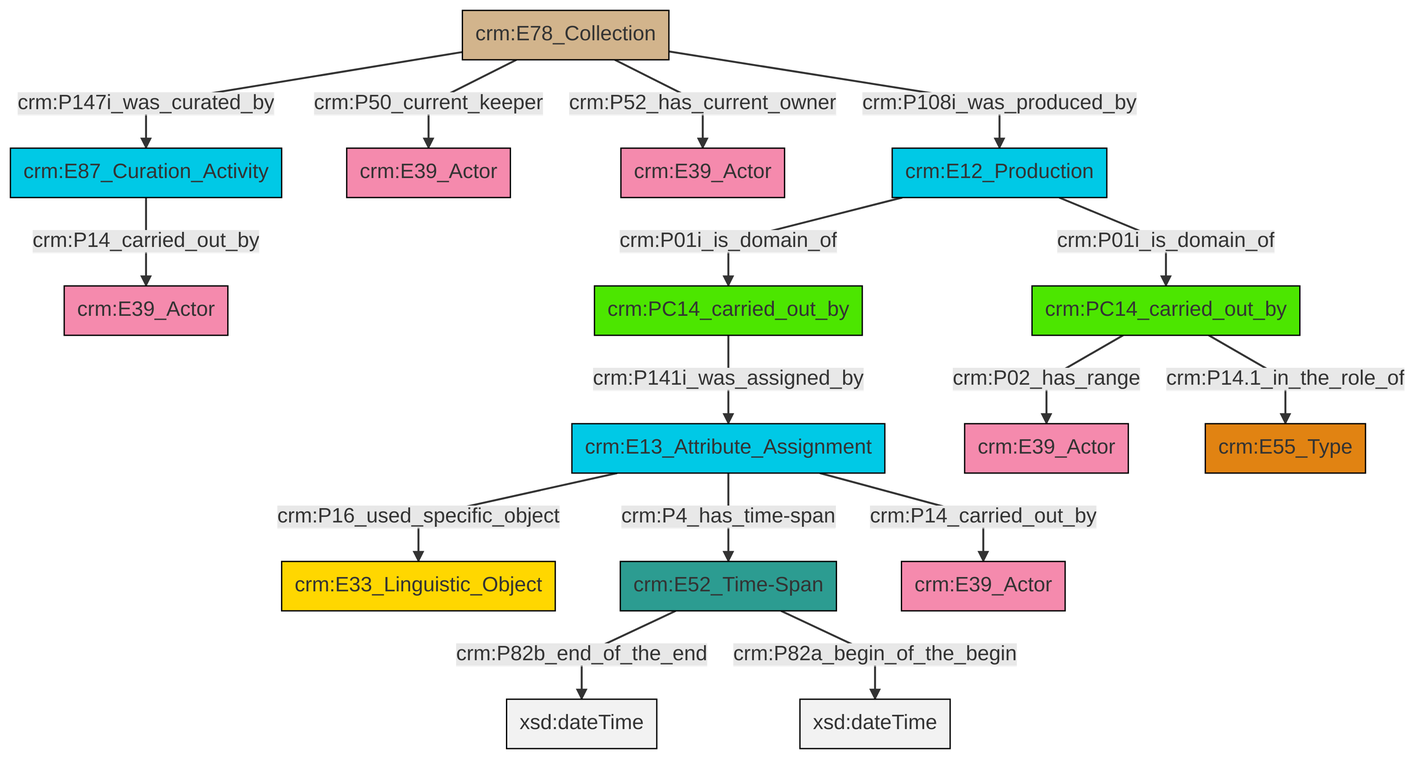
swiss-art-research-net/docs.swissartresearch keeps this Mermaid diagram as et/archivalCSV/ttl/mmd/png/archival_relation.png. Above is the earlier version. Its source is kept beside it as et/archivalCSV/ttl/mmd/archival_relation.ttl.mmd.
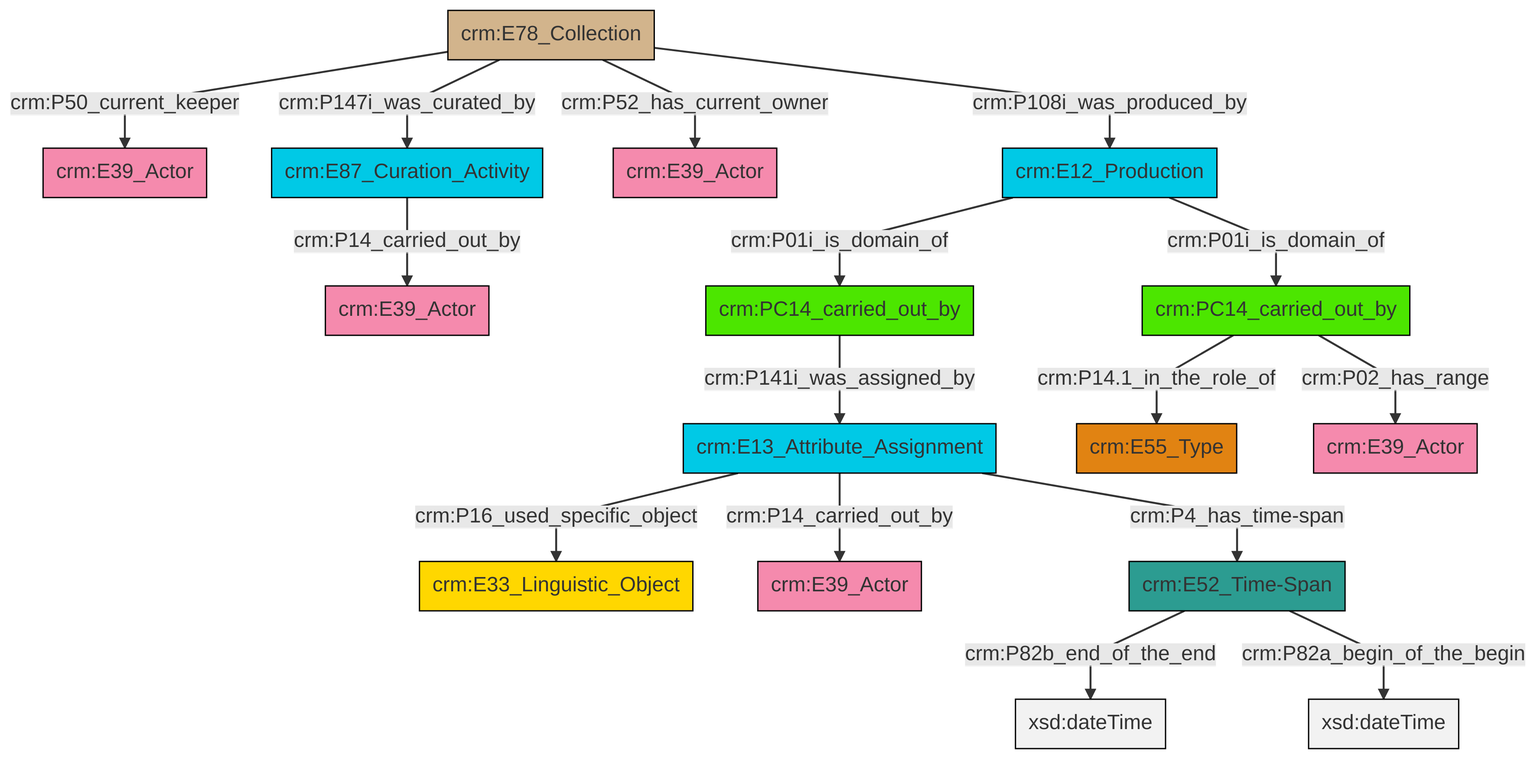
Later version of the same file.

What changed in the source:
```diff
@@ -13,18 +13,18 @@
 classDef PC_Classes fill:#4ce600, stroke:#000000;
 classDef Multi fill:#cccccc,stroke:#000000;
 
-2["crm:E13_Attribute_Assignment"]:::Temporal_Entity -->|crm:P16_used_specific_object| 3["crm:E33_Linguistic_Object"]:::Conceptual_Object
-4["crm:E87_Curation_Activity"]:::Temporal_Entity -->|crm:P14_carried_out_by| 5["crm:E39_Actor"]:::Actor
-0["crm:PC14_carried_out_by"]:::PC_Classes -->|crm:P02_has_range| 6["crm:E39_Actor"]:::Actor
-9["crm:E12_Production"]:::Temporal_Entity -->|crm:P01i_is_domain_of| 10["crm:PC14_carried_out_by"]:::PC_Classes
-13["crm:E78_Collection"]:::Physical_Thing -->|crm:P147i_was_curated_by| 4["crm:E87_Curation_Activity"]:::Temporal_Entity
-9["crm:E12_Production"]:::Temporal_Entity -->|crm:P01i_is_domain_of| 0["crm:PC14_carried_out_by"]:::PC_Classes
-10["crm:PC14_carried_out_by"]:::PC_Classes -->|crm:P141i_was_assigned_by| 2["crm:E13_Attribute_Assignment"]:::Temporal_Entity
-14["crm:E52_Time-Span"]:::Time-Span -->|crm:P82b_end_of_the_end| 18[xsd:dateTime]:::Literal
-13["crm:E78_Collection"]:::Physical_Thing -->|crm:P50_current_keeper| 23["crm:E39_Actor"]:::Actor
-13["crm:E78_Collection"]:::Physical_Thing -->|crm:P52_has_current_owner| 7["crm:E39_Actor"]:::Actor
-2["crm:E13_Attribute_Assignment"]:::Temporal_Entity -->|crm:P4_has_time-span| 14["crm:E52_Time-Span"]:::Time-Span
-0["crm:PC14_carried_out_by"]:::PC_Classes -->|crm:P14.1_in_the_role_of| 11["crm:E55_Type"]:::Type
-14["crm:E52_Time-Span"]:::Time-Span -->|crm:P82a_begin_of_the_begin| 26[xsd:dateTime]:::Literal
-2["crm:E13_Attribute_Assignment"]:::Temporal_Entity -->|crm:P14_carried_out_by| 27["crm:E39_Actor"]:::Actor
-13["crm:E78_Collection"]:::Physical_Thing -->|crm:P108i_was_produced_by| 9["crm:E12_Production"]:::Temporal_Entity
+2["crm:PC14_carried_out_by"]:::PC_Classes -->|crm:P141i_was_assigned_by| 0["crm:E13_Attribute_Assignment"]:::Temporal_Entity
+7["crm:E78_Collection"]:::Physical_Thing -->|crm:P50_current_keeper| 8["crm:E39_Actor"]:::Actor
+13["crm:E12_Production"]:::Temporal_Entity -->|crm:P01i_is_domain_of| 2["crm:PC14_carried_out_by"]:::PC_Classes
+0["crm:E13_Attribute_Assignment"]:::Temporal_Entity -->|crm:P16_used_specific_object| 14["crm:E33_Linguistic_Object"]:::Conceptual_Object
+13["crm:E12_Production"]:::Temporal_Entity -->|crm:P01i_is_domain_of| 17["crm:PC14_carried_out_by"]:::PC_Classes
+17["crm:PC14_carried_out_by"]:::PC_Classes -->|crm:P14.1_in_the_role_of| 18["crm:E55_Type"]:::Type
+17["crm:PC14_carried_out_by"]:::PC_Classes -->|crm:P02_has_range| 5["crm:E39_Actor"]:::Actor
+9["crm:E52_Time-Span"]:::Time-Span -->|crm:P82b_end_of_the_end| 19[xsd:dateTime]:::Literal
+9["crm:E52_Time-Span"]:::Time-Span -->|crm:P82a_begin_of_the_begin| 22[xsd:dateTime]:::Literal
+0["crm:E13_Attribute_Assignment"]:::Temporal_Entity -->|crm:P14_carried_out_by| 26["crm:E39_Actor"]:::Actor
+0["crm:E13_Attribute_Assignment"]:::Temporal_Entity -->|crm:P4_has_time-span| 9["crm:E52_Time-Span"]:::Time-Span
+7["crm:E78_Collection"]:::Physical_Thing -->|crm:P147i_was_curated_by| 20["crm:E87_Curation_Activity"]:::Temporal_Entity
+20["crm:E87_Curation_Activity"]:::Temporal_Entity -->|crm:P14_carried_out_by| 11["crm:E39_Actor"]:::Actor
+7["crm:E78_Collection"]:::Physical_Thing -->|crm:P52_has_current_owner| 3["crm:E39_Actor"]:::Actor
+7["crm:E78_Collection"]:::Physical_Thing -->|crm:P108i_was_produced_by| 13["crm:E12_Production"]:::Temporal_Entity
```
